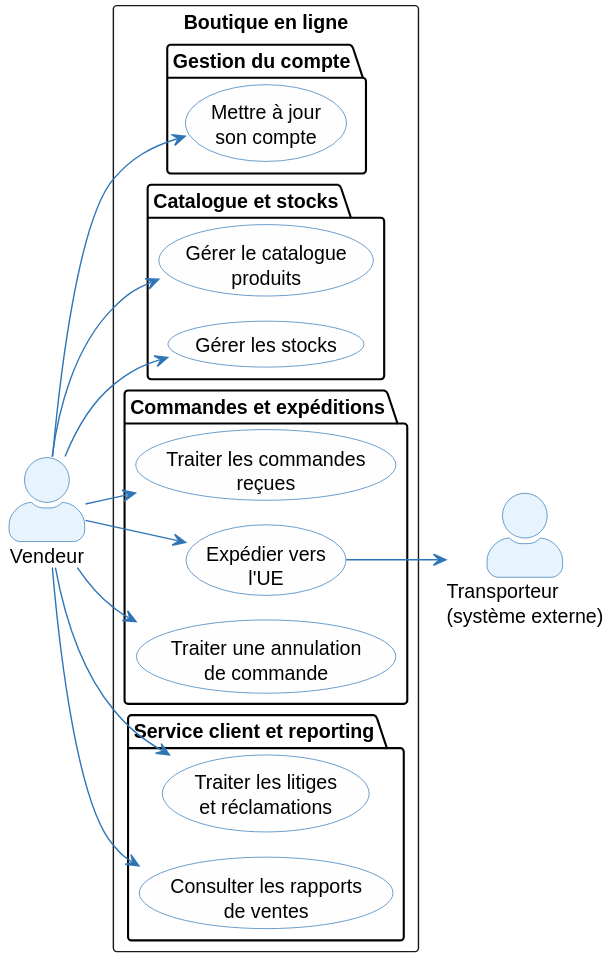
Earlier version of the PlantUML export architecture/diagrams/oa-uc-vendor.svg (louistalvande/online_shop). Source of this version:
```plantuml
@startuml
skinparam actorStyle awesome
skinparam usecase {
  BackgroundColor #FEFEFE
  BorderColor #2E75B6
  ArrowColor #2E75B6
}
skinparam actor {
  BackgroundColor #E8F4FD
  BorderColor #2E75B6
}

left to right direction

actor "Vendeur" as Vendor
actor "Transporteur\n(système externe)" as Carrier

rectangle "Boutique en ligne" {
  package "Gestion du compte" {
    usecase (Mettre à jour\nson compte) as UC_V0
  }
  package "Catalogue et stocks" {
    usecase (Gérer le catalogue\nproduits) as UC_V1
    usecase (Gérer les stocks) as UC_V2
  }
  package "Commandes et expéditions" {
    usecase (Traiter les commandes\nreçues) as UC_V3
    usecase (Expédier vers\nl'UE) as UC_V4
    usecase (Traiter une annulation\nde commande) as UC_V7
  }
  package "Service client et reporting" {
    usecase (Traiter les litiges\net réclamations) as UC_V5
    usecase (Consulter les rapports\nde ventes) as UC_V6
  }
}

Vendor --> UC_V0
Vendor --> UC_V1
Vendor --> UC_V2
Vendor --> UC_V3
Vendor --> UC_V4
Vendor --> UC_V5
Vendor --> UC_V6
Vendor --> UC_V7
UC_V4 --> Carrier
@enduml
```
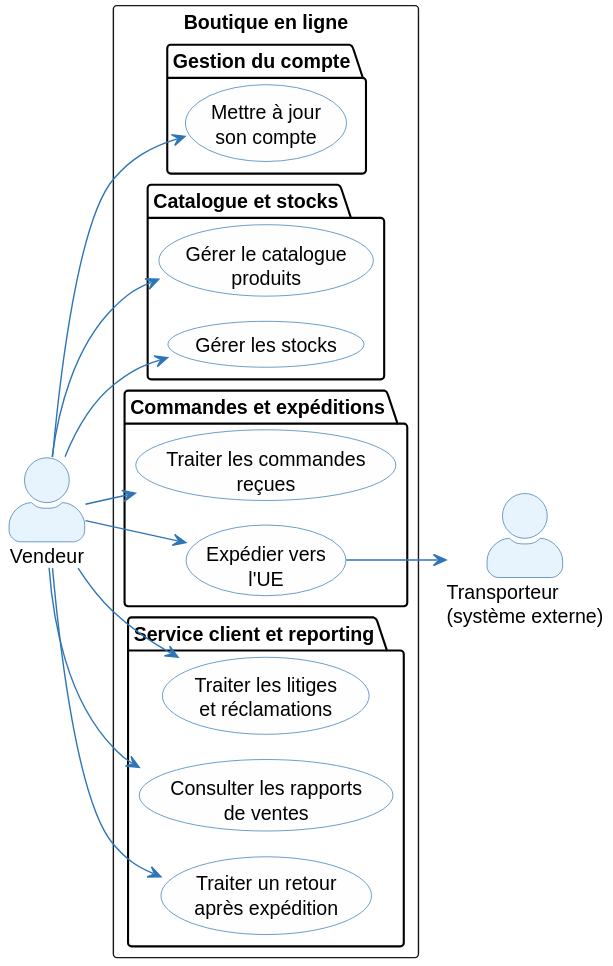
Above is the later version.

Diff of the diagram source:
```diff
@@ -26,11 +26,11 @@
   package "Commandes et expéditions" {
     usecase (Traiter les commandes\nreçues) as UC_V3
     usecase (Expédier vers\nl'UE) as UC_V4
-    usecase (Traiter une annulation\nde commande) as UC_V7
   }
   package "Service client et reporting" {
     usecase (Traiter les litiges\net réclamations) as UC_V5
     usecase (Consulter les rapports\nde ventes) as UC_V6
+    usecase (Traiter un retour\naprès expédition) as UC_V8
   }
 }
 
@@ -41,6 +41,6 @@
 Vendor --> UC_V4
 Vendor --> UC_V5
 Vendor --> UC_V6
-Vendor --> UC_V7
+Vendor --> UC_V8
 UC_V4 --> Carrier
 @enduml
```
